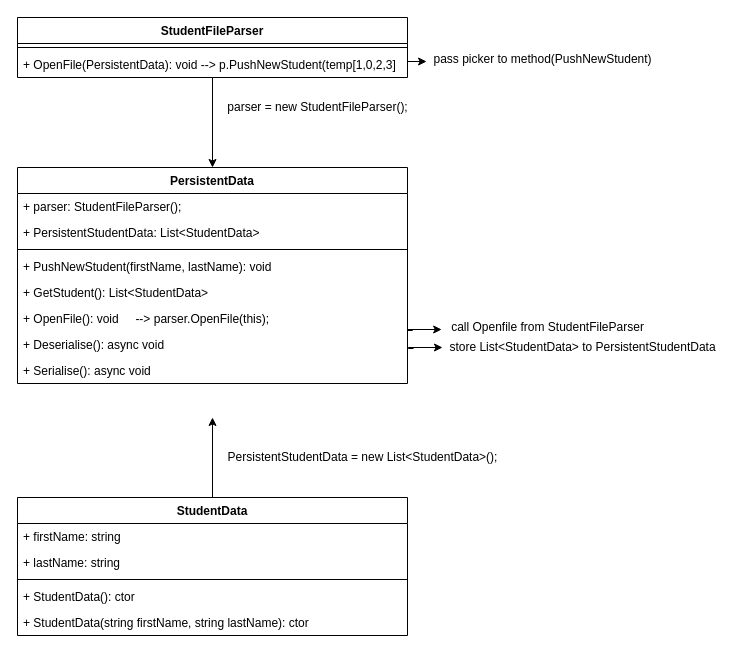
The draw.io diagram page "Class Diagram" (5 of 5) of Project_Plan.drawio in pleycothh/Csharp_Learning_Note, before the edit. Source tidied: cells renumbered, new cells numbered last; positions are measured from the earlier drawing's top-left corner, leaving out a move shared by most shapes. Both pictures are drawn from the tidied source at 100%, with x=0, y=0 at pixel (17, 17).
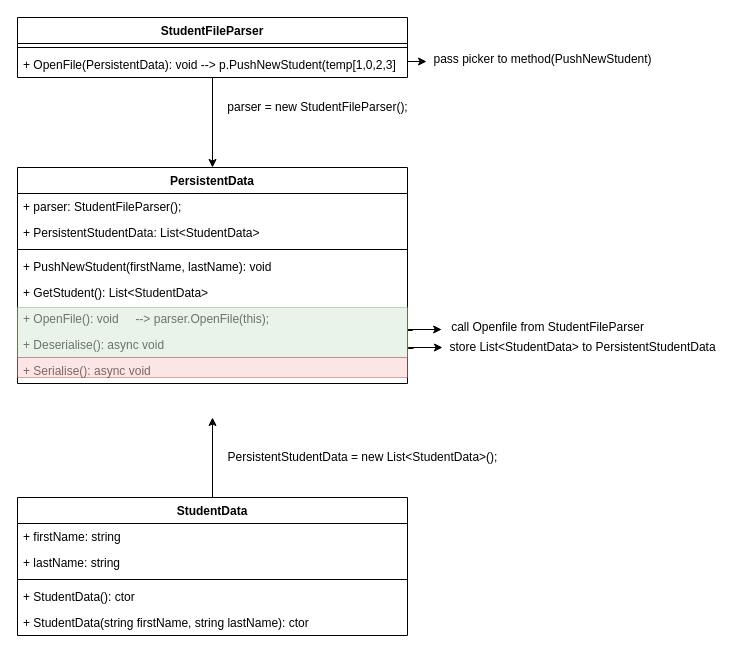
The same page after the edit.

What changed in the source:
```diff
@@
+    <mxCell id="30" style="rounded=0;whiteSpace=wrap;html=1;fillColor=#d5e8d4;strokeColor=#82b366;opacity=50;" parent="1" vertex="1">
+      <mxGeometry y="290" width="390" height="50" as="geometry" />
+    </mxCell>
+    <mxCell id="31" style="rounded=0;whiteSpace=wrap;html=1;fillColor=#f8cecc;strokeColor=#b85450;opacity=50;" parent="1" vertex="1">
+      <mxGeometry y="340" width="390" height="20" as="geometry" />
+    </mxCell>
```
